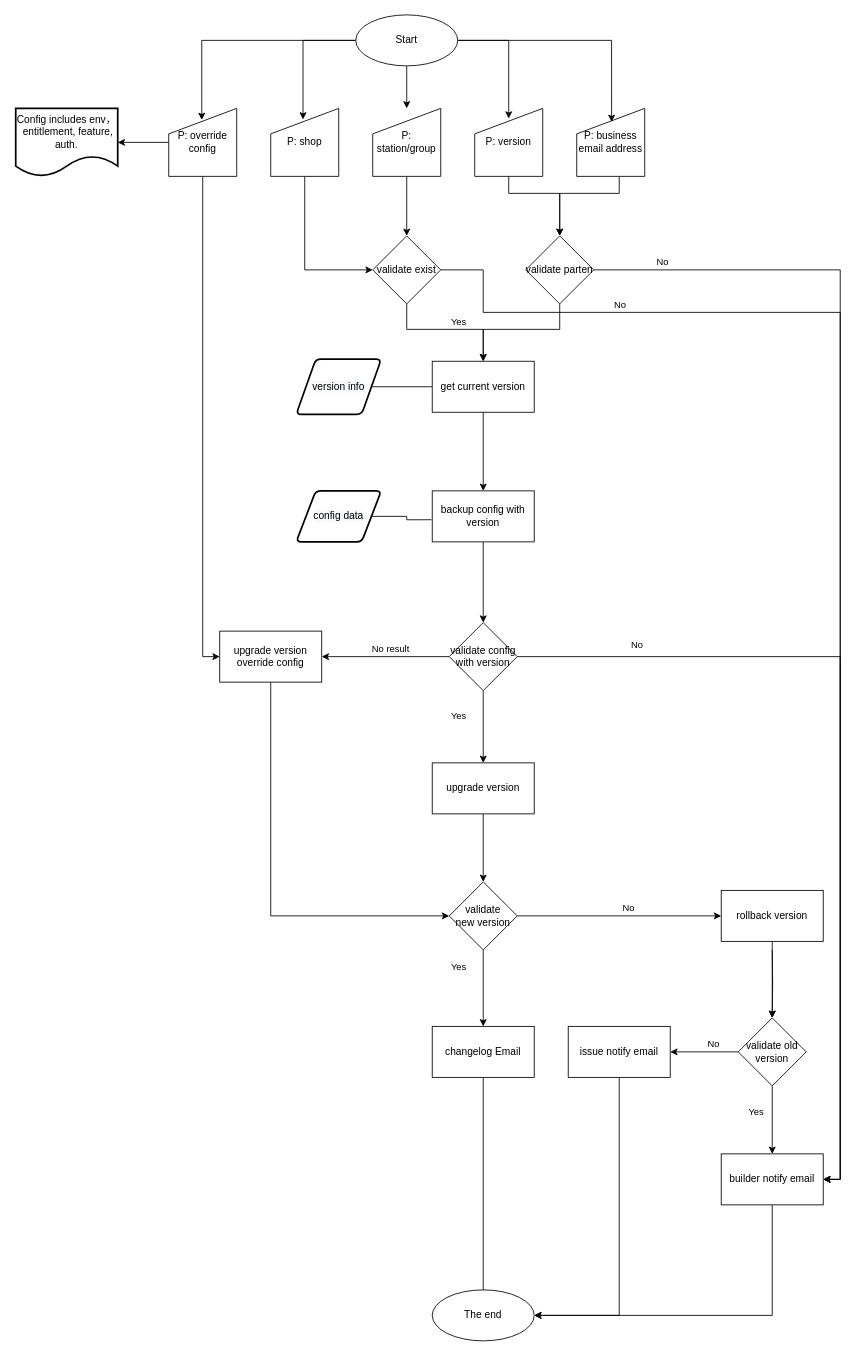
The draw.io diagram upgrade.drawio in ghost109/flowmap, before the edit. Source tidied: cells renumbered, new cells numbered last; positions are measured from the earlier drawing's top-left corner, leaving out a move shared by most shapes. Both pictures are drawn from the tidied source at 85%, with x=0, y=0 at pixel (15, 14).
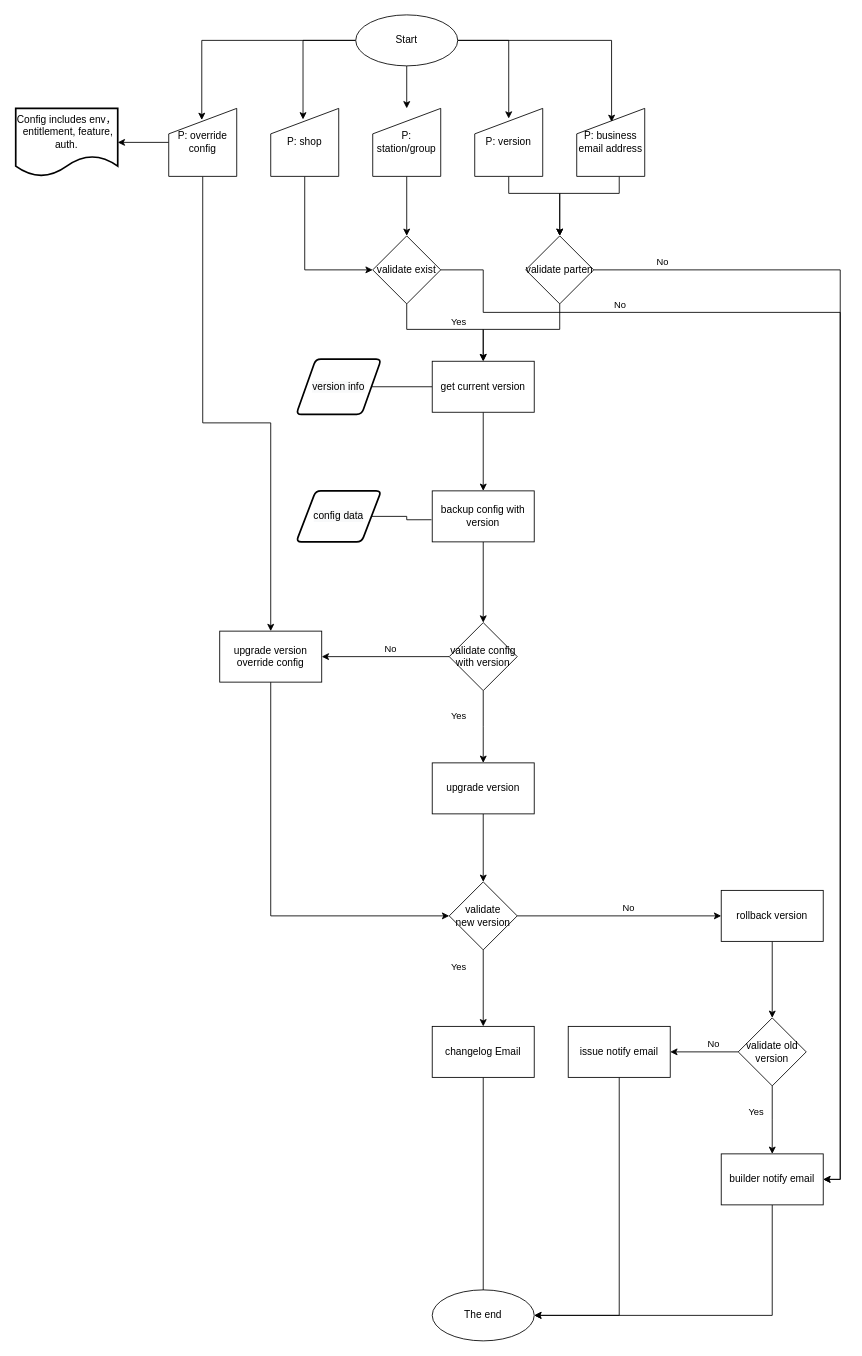
After the change.

Unchanged cells that the change refers to:
```xml
<mxCell id="14" style="edgeStyle=orthogonalEdgeStyle;rounded=0;jettySize=auto;html=1;entryX=0.5;entryY=0;entryDx=0;entryDy=0;" parent="1" edge="1" source="25" target="28">
  <mxGeometry relative="1" as="geometry" />
</mxCell>
<mxCell id="41" value="validate config with version" style="rhombus;whiteSpace=wrap;html=1;" parent="1" vertex="1">
  <mxGeometry x="510" y="715" width="80" height="80" as="geometry" />
</mxCell>
<mxCell id="46" value="&lt;span&gt;validate old version&lt;/span&gt;" style="rhombus;whiteSpace=wrap;html=1;" parent="1" vertex="1">
  <mxGeometry x="850" y="1180" width="80" height="80" as="geometry" />
</mxCell>
<mxCell id="52" value="&lt;span&gt;P: override config&lt;/span&gt;" style="shape=manualInput;whiteSpace=wrap;html=1;" parent="1" vertex="1">
  <mxGeometry x="180" y="110" width="80" height="80" as="geometry" />
</mxCell>
<mxCell id="62" value="&lt;span&gt;upgrade version override config&lt;/span&gt;" style="rounded=0;whiteSpace=wrap;html=1;" parent="1" vertex="1">
  <mxGeometry x="240" y="725" width="120" height="60" as="geometry" />
</mxCell>
<mxCell id="65" value="&lt;span&gt;builder n&lt;/span&gt;&lt;span&gt;otify email&lt;/span&gt;" style="rounded=0;whiteSpace=wrap;html=1;" parent="1" vertex="1">
  <mxGeometry x="830" y="1340" width="120" height="60" as="geometry" />
</mxCell>
```

What changed in the source:
```diff
@@
-    <mxCell id="18" value="No result" style="edgeLabel;html=1;align=center;verticalAlign=middle;" parent="14" vertex="1">
+    <mxCell id="18" value="No" style="edgeLabel;html=1;align=center;verticalAlign=middle;" parent="14" vertex="1">
       <mxGeometry x="0.14" y="-5" relative="1" as="geometry">
         <mxPoint x="-15" y="515" as="offset" />
       </mxGeometry>
     </mxCell>
-    <mxCell id="19" value="No" style="edgeLabel;html=1;align=center;verticalAlign=middle;" parent="14" vertex="1">
-      <mxGeometry x="0.14" y="-5" relative="1" as="geometry">
-        <mxPoint x="275" y="510" as="offset" />
-      </mxGeometry>
-    </mxCell>
@@
-    <mxCell id="40" style="edgeStyle=orthogonalEdgeStyle;rounded=0;jettySize=auto;html=1;entryX=1;entryY=0.5;entryDx=0;entryDy=0;" parent="1" edge="1" source="41" target="65">
-      <mxGeometry relative="1" as="geometry" />
-    </mxCell>
@@
-    <mxCell id="43" style="edgeStyle=orthogonalEdgeStyle;rounded=0;jettySize=auto;html=1;" parent="1" edge="1" target="46">
-      <mxGeometry relative="1" as="geometry">
-        <mxPoint x="890" y="1100" as="sourcePoint" />
-      </mxGeometry>
-    </mxCell>
@@
-    <mxCell id="50" style="rounded=0;jettySize=auto;html=1;entryX=0;entryY=0.5;entryDx=0;entryDy=0;exitX=0.5;exitY=1;exitDx=0;exitDy=0;edgeStyle=orthogonalEdgeStyle;" parent="1" edge="1" source="52" target="62">
+    <mxCell id="50" style="rounded=0;jettySize=auto;html=1;entryX=0.5;entryY=0;entryDx=0;entryDy=0;exitX=0.5;exitY=1;exitDx=0;exitDy=0;edgeStyle=orthogonalEdgeStyle;" parent="1" edge="1" source="52" target="62">
       <mxGeometry relative="1" as="geometry">
         <Array as="points">
-          <mxPoint x="220" y="755" />
+          <mxPoint x="220" y="480" />
+          <mxPoint x="300" y="480" />
         </Array>
       </mxGeometry>
     </mxCell>
```
